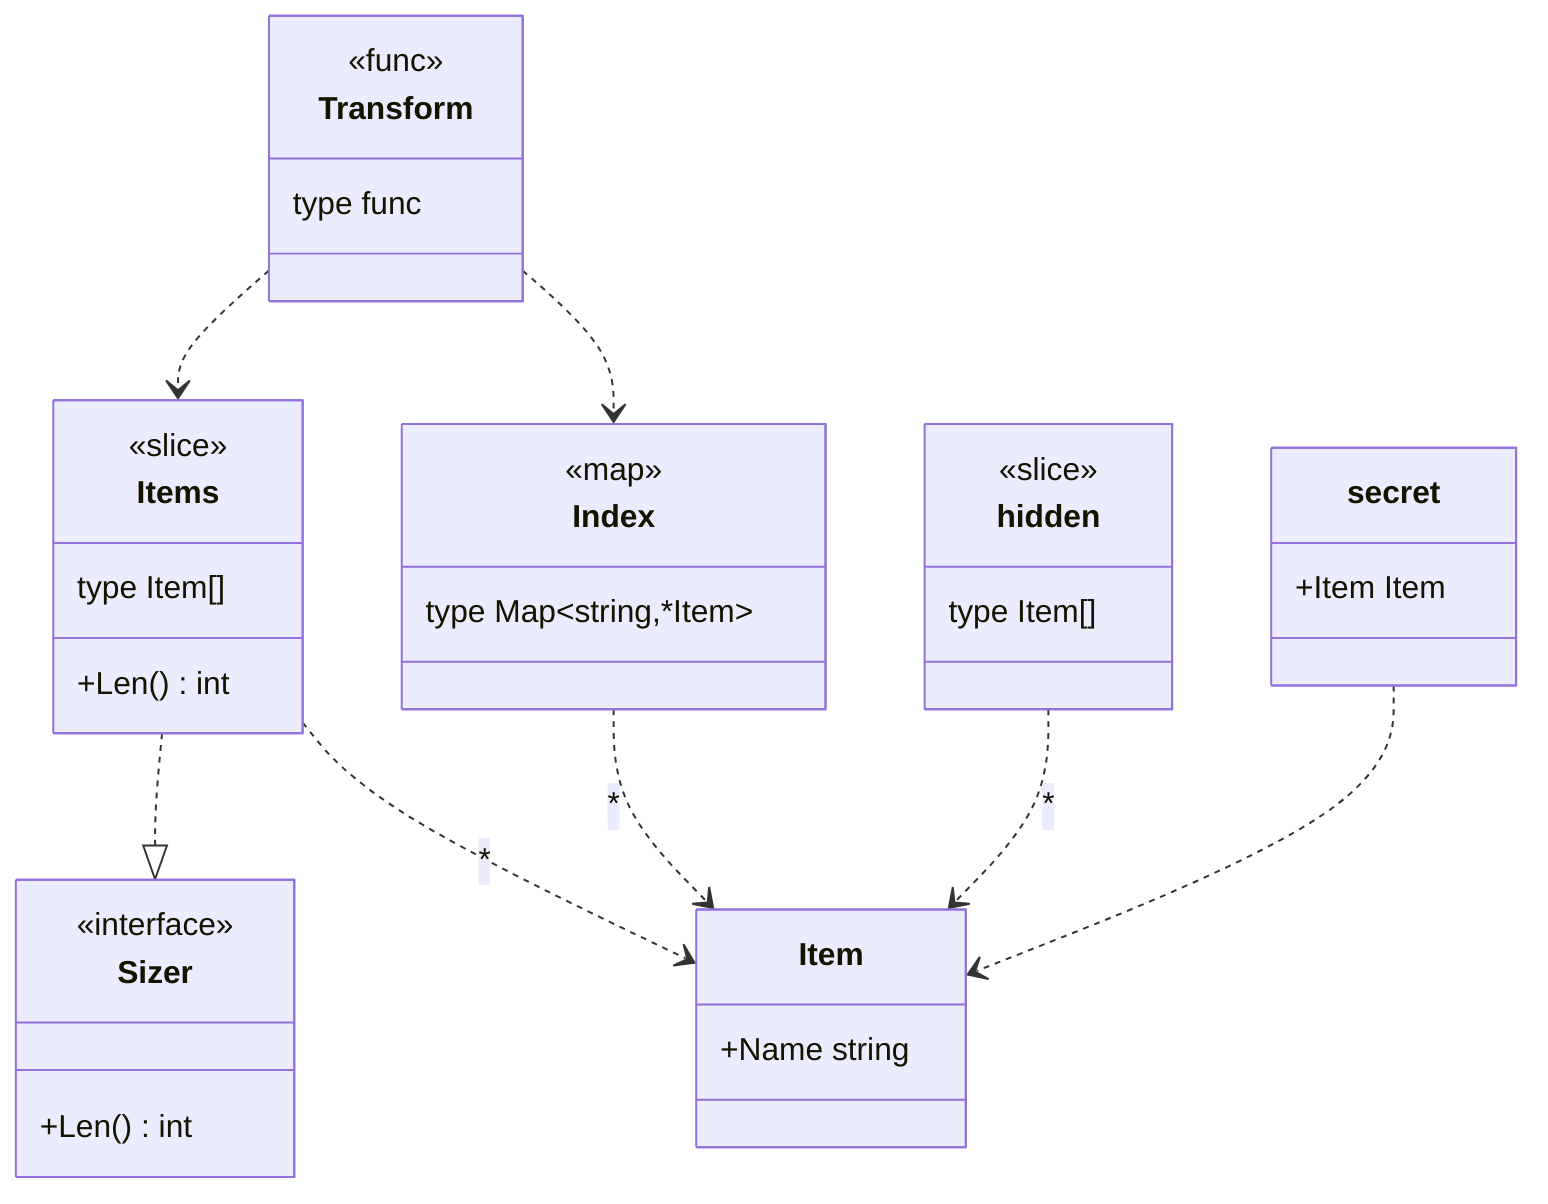
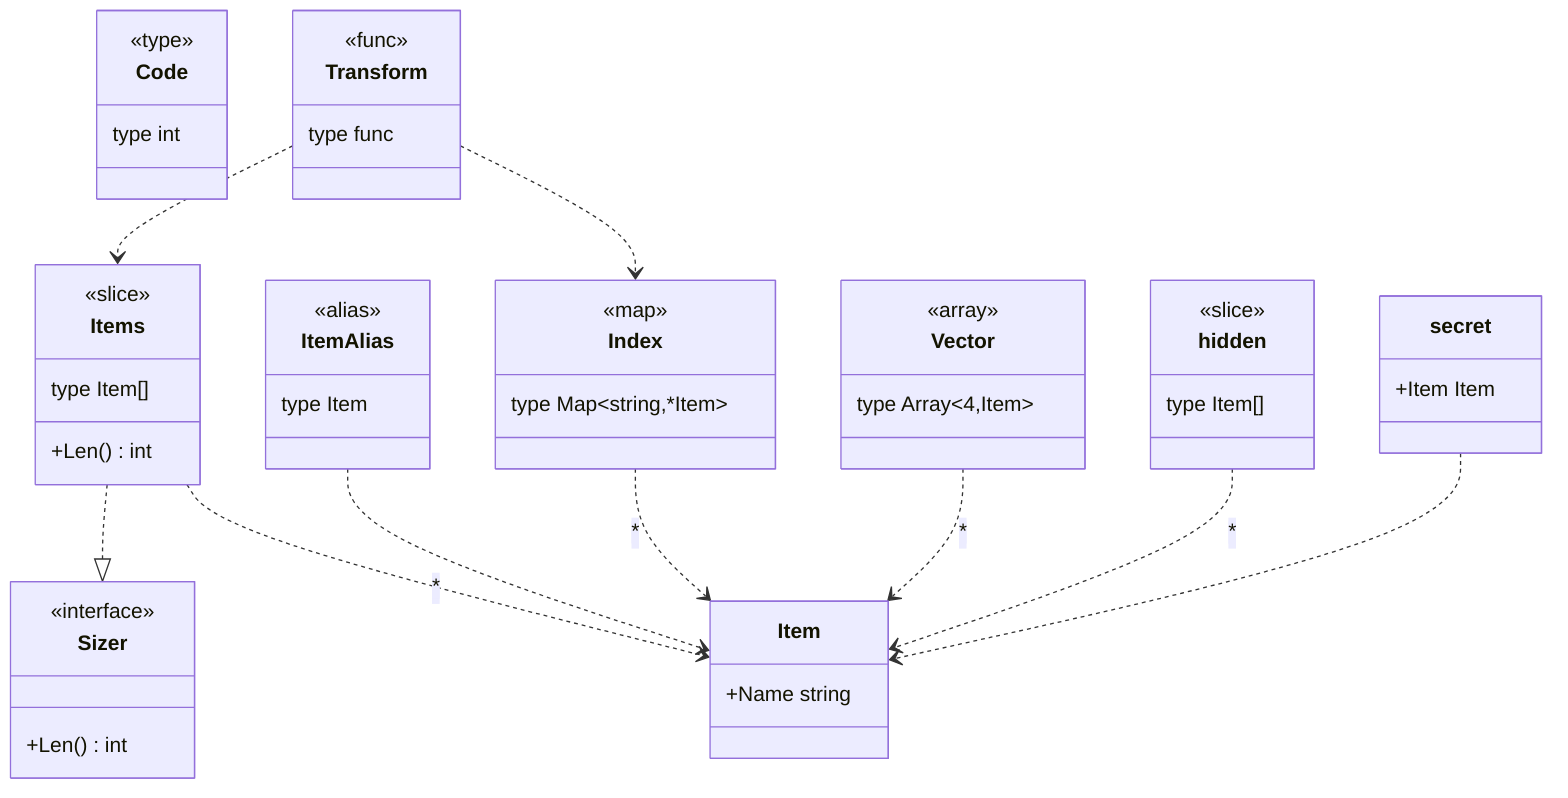
classDiagram
+     class Code["Code"] {
+         <<type>>
+         type int
+     }
    class Index["Index"] {
        <<map>>
        type Map~string,*Item~
    }
    class Item["Item"] {
        +Name string
+     }
+     class ItemAlias["ItemAlias"] {
+         <<alias>>
+         type Item
    }
    class Items["Items"] {
        <<slice>>
        type Item[]
        +Len() int
    }
    class Sizer["Sizer"] {
        <<interface>>
        +Len() int
    }
    class Transform["Transform"] {
        <<func>>
        type func
    }
+     class Vector["Vector"] {
+         <<array>>
+         type Array~4,Item~
+     }
    class hidden["hidden"] {
        <<slice>>
        type Item[]
    }
    class secret["secret"] {
        +Item Item
    }
    Index ..> Item : *
+     ItemAlias ..> Item
    Items ..> Item : *
    Items ..|> Sizer
    Transform ..> Index
    Transform ..> Items
+     Vector ..> Item : *
    hidden ..> Item : *
    secret ..> Item
